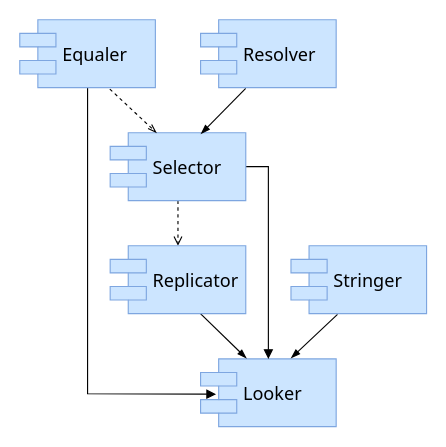
Above: doc/Looker/ClassDiagram.drawio in Wandalen/Documenation (draw.io), before the change. Source tidied: cells renumbered, new cells numbered last; positions are measured from the earlier drawing's top-left corner, leaving out a move shared by most shapes. Both pictures are drawn from the tidied source at 113%, with x=0, y=0 at pixel (19, 19).
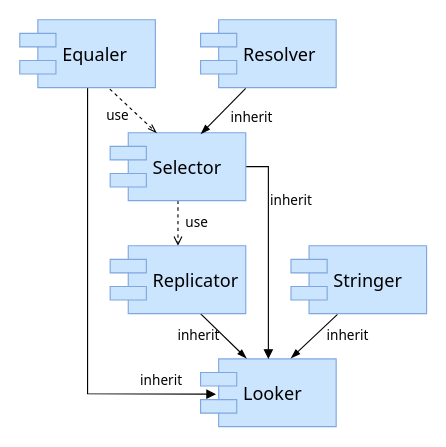
The same page after the edit.

Commit message (it also covers changes not shown here):
Use, inherit

Change to the diagram source:
```diff
@@
+    <mxCell id="15" value="&lt;font face=&quot;Tahoma&quot;&gt;inherit&lt;/font&gt;" style="text;html=1;align=left;verticalAlign=top;spacingTop=-4;" parent="1" vertex="1">
+      <mxGeometry x="105" y="310" width="45" height="20" as="geometry" />
+    </mxCell>
+    <mxCell id="16" value="&lt;font face=&quot;Tahoma&quot;&gt;inherit&lt;/font&gt;" style="text;html=1;align=left;verticalAlign=top;spacingTop=-4;" parent="1" vertex="1">
+      <mxGeometry x="137.5" y="270" width="45" height="20" as="geometry" />
+    </mxCell>
+    <mxCell id="17" value="&lt;font face=&quot;Tahoma&quot;&gt;inherit&lt;/font&gt;" style="text;html=1;align=left;verticalAlign=top;spacingTop=-4;" parent="1" vertex="1">
+      <mxGeometry x="220" y="150" width="45" height="20" as="geometry" />
+    </mxCell>
+    <mxCell id="18" value="&lt;font face=&quot;Tahoma&quot;&gt;inherit&lt;/font&gt;" style="text;html=1;align=left;verticalAlign=top;spacingTop=-4;" parent="1" vertex="1">
+      <mxGeometry x="270" y="270" width="45" height="20" as="geometry" />
+    </mxCell>
+    <mxCell id="19" value="&lt;font face=&quot;Tahoma&quot;&gt;inherit&lt;/font&gt;" style="text;html=1;align=left;verticalAlign=top;spacingTop=-4;" parent="1" vertex="1">
+      <mxGeometry x="185" y="77" width="45" height="20" as="geometry" />
+    </mxCell>
+    <mxCell id="20" value="&lt;font face=&quot;Tahoma&quot;&gt;use&lt;/font&gt;" style="text;html=1;align=left;verticalAlign=top;spacingTop=-4;" parent="1" vertex="1">
+      <mxGeometry x="75" y="75" width="30" height="20" as="geometry" />
+    </mxCell>
+    <mxCell id="21" value="&lt;font face=&quot;Tahoma&quot;&gt;use&lt;/font&gt;" style="text;html=1;align=left;verticalAlign=top;spacingTop=-4;" parent="1" vertex="1">
+      <mxGeometry x="145" y="170" width="30" height="20" as="geometry" />
+    </mxCell>
```
